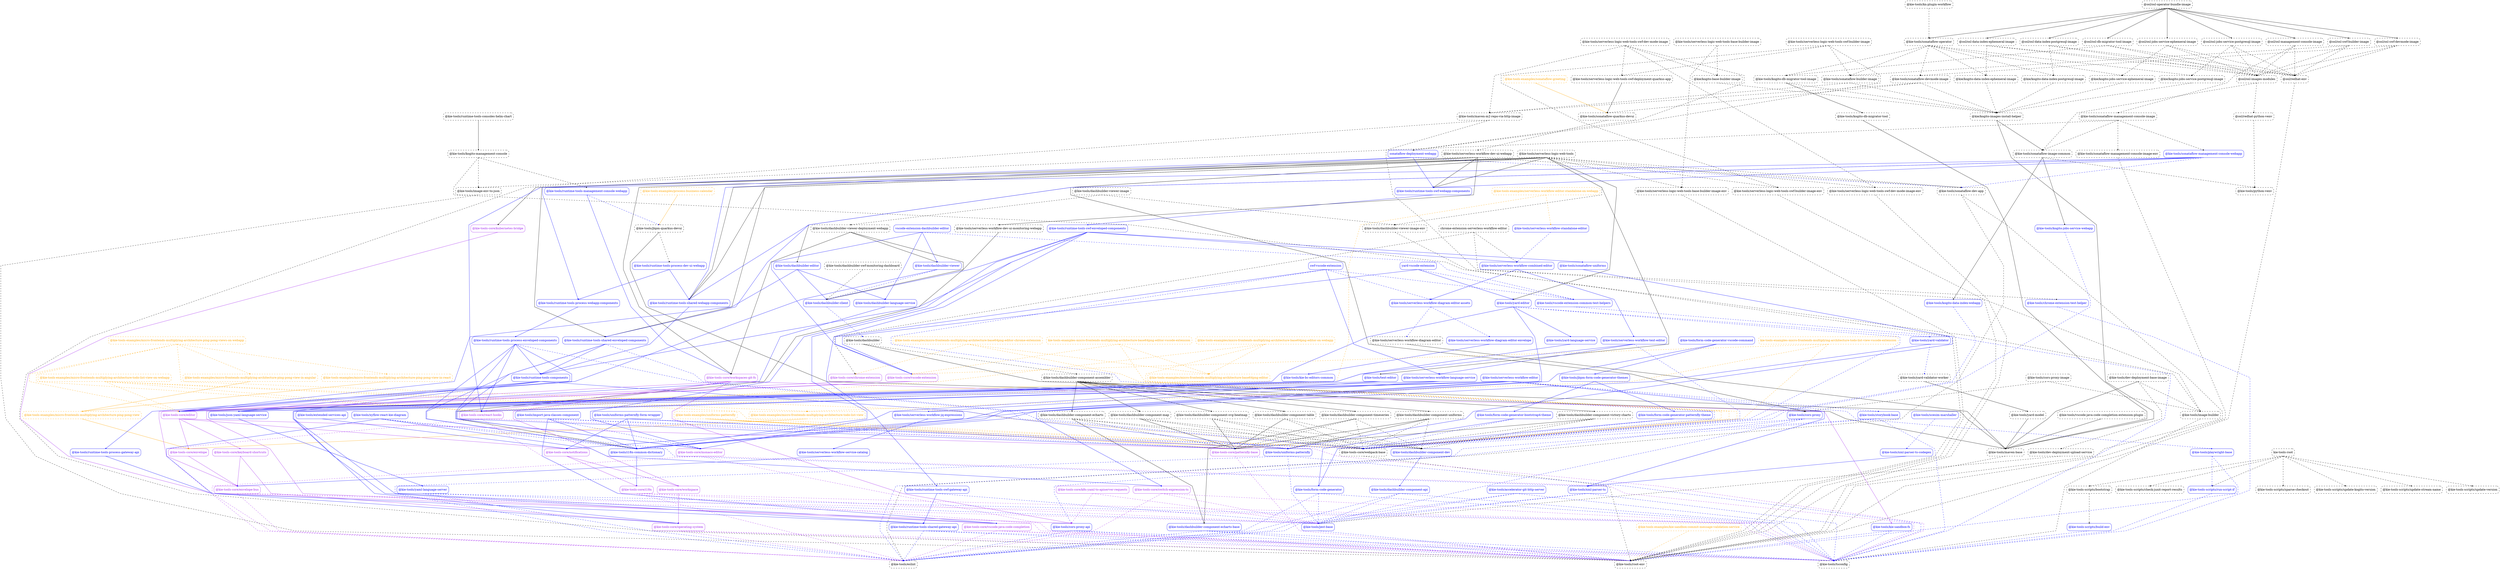
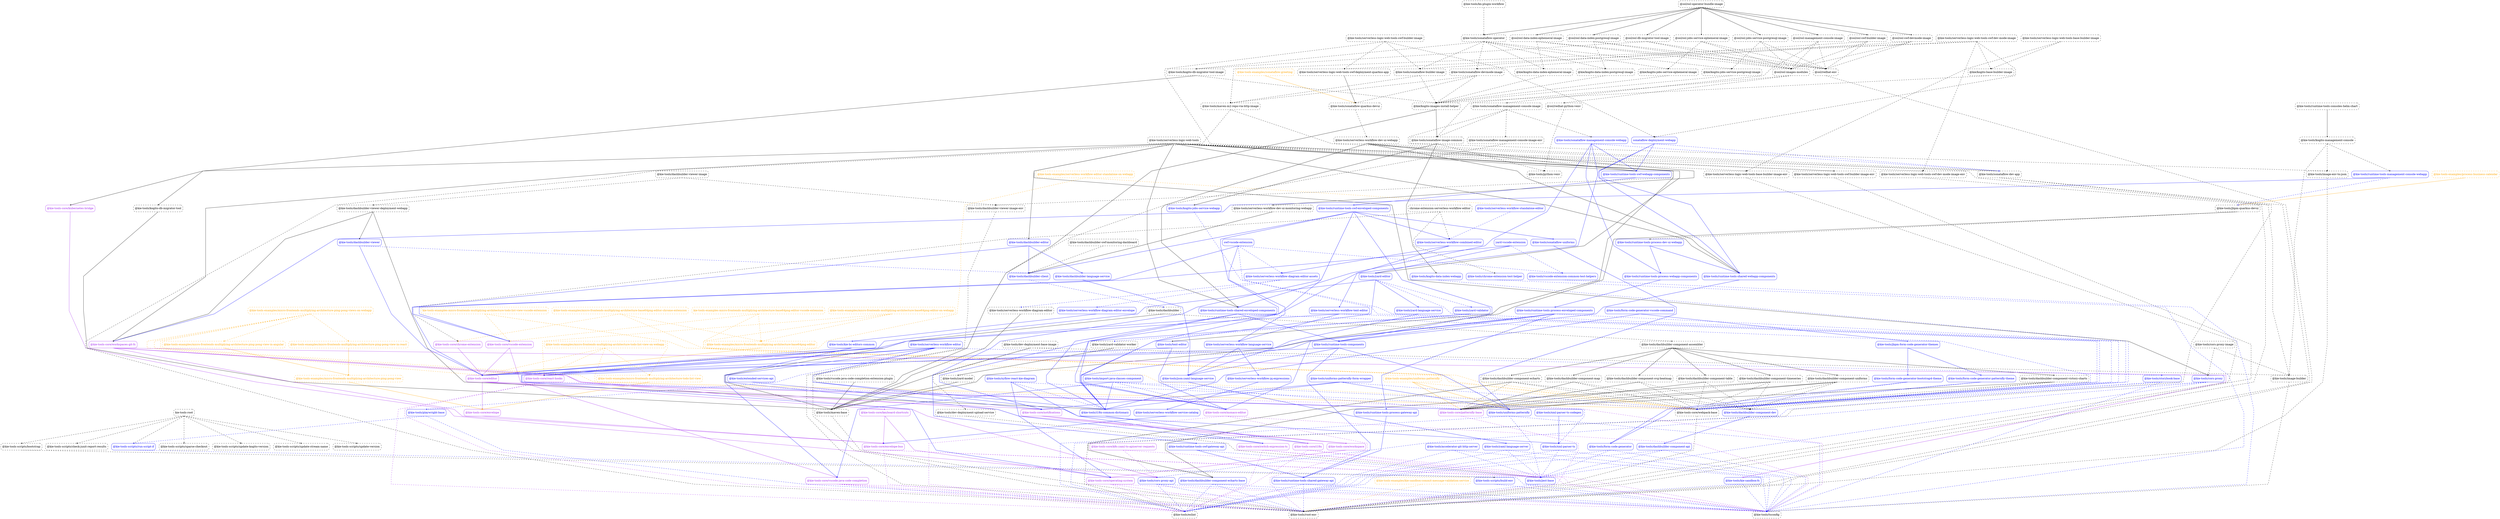
digraph G {
  graph [ ranksep =2, splines = "polyline", rankdir =TB, ordering = "out" ];
  node [ shape =box ];
  edge [ headport = "n", tailport = "s", arrowhead =dot, arrowsize =0.5 ];
  "kie-tools-root" [ color = "black", fontcolor = "black", style = "dashed, rounded" ];
  "@kie-tools-scripts/bootstrap" [ color = "black", fontcolor = "black", style = "dashed, rounded" ];
  "@kie-tools-scripts/check-junit-report-results" [ color = "black", fontcolor = "black", style = "dashed, rounded" ];
  "@kie-tools-scripts/run-script-if" [ color = "blue", fontcolor = "blue", style = "rounded" ];
  "@kie-tools-scripts/sparse-checkout" [ color = "black", fontcolor = "black", style = "dashed, rounded" ];
  "@kie-tools-scripts/update-kogito-version" [ color = "black", fontcolor = "black", style = "dashed, rounded" ];
  "@kie-tools-scripts/update-stream-name" [ color = "black", fontcolor = "black", style = "dashed, rounded" ];
  "@kie-tools-scripts/update-version" [ color = "black", fontcolor = "black", style = "dashed, rounded" ];
  "@kie-tools-examples/kie-sandbox-commit-message-validation-service" [ color = "orange", fontcolor = "orange", style = "dashed, rounded" ];
  "@kie-tools/root-env" [ color = "black", fontcolor = "black", style = "dashed, rounded" ];
  "@kie-tools-examples/micro-frontends-multiplying-architecture-base64png-editor" [ color = "orange", fontcolor = "orange", style = "dashed, rounded" ];
  "@kie-tools-core/editor" [ color = "purple", fontcolor = "purple", style = "rounded" ];
  "@kie-tools-examples/micro-frontends-multiplying-architecture-base64png-editor-chrome-extension" [ color = "orange", fontcolor = "orange", style = "dashed, rounded" ];
  "@kie-tools-core/chrome-extension" [ color = "purple", fontcolor = "purple", style = "rounded" ];
  "@kie-tools-core/webpack-base" [ color = "black", fontcolor = "black", style = "dashed, rounded" ];
  "@kie-tools-examples/micro-frontends-multiplying-architecture-base64png-editor-on-webapp" [ color = "orange", fontcolor = "orange", style = "dashed, rounded" ];
  "@kie-tools-core/react-hooks" [ color = "purple", fontcolor = "purple", style = "rounded" ];
  "kie-tools-examples-micro-frontends-multiplying-architecture-base64png-editor-vscode-extension" [ color = "orange", fontcolor = "orange", style = "dashed, rounded" ];
  "@kie-tools-core/vscode-extension" [ color = "purple", fontcolor = "purple", style = "rounded" ];
  "@kie-tools-examples/micro-frontends-multiplying-architecture-ping-pong-view" [ color = "orange", fontcolor = "orange", style = "dashed, rounded" ];
  "@kie-tools-core/envelope" [ color = "purple", fontcolor = "purple", style = "rounded" ];
  "@kie-tools-examples/micro-frontends-multiplying-architecture-ping-pong-view-in-angular" [ color = "orange", fontcolor = "orange", style = "dashed, rounded" ];
  "@kie-tools-examples/micro-frontends-multiplying-architecture-ping-pong-view-in-react" [ color = "orange", fontcolor = "orange", style = "dashed, rounded" ];
  "@kie-tools-examples/micro-frontends-multiplying-architecture-ping-pong-views-on-webapp" [ color = "orange", fontcolor = "orange", style = "dashed, rounded" ];
  "@kie-tools-examples/micro-frontends-multiplying-architecture-todo-list-view" [ color = "orange", fontcolor = "orange", style = "dashed, rounded" ];
  "@kie-tools-examples/micro-frontends-multiplying-architecture-todo-list-view-on-webapp" [ color = "orange", fontcolor = "orange", style = "dashed, rounded" ];
  "kie-tools-examples-micro-frontends-multiplying-architecture-todo-list-view-vscode-extension" [ color = "orange", fontcolor = "orange", style = "dashed, rounded" ];
  "@kie-tools-examples/process-business-calendar" [ color = "orange", fontcolor = "orange", style = "dashed, rounded" ];
  "@kie-tools/jbpm-quarkus-devui" [ color = "black", fontcolor = "black", style = "dashed, rounded" ];
  "@kie-tools-examples/serverless-workflow-editor-standalone-on-webapp" [ color = "orange", fontcolor = "orange", style = "dashed, rounded" ];
  "@kie-tools/serverless-workflow-standalone-editor" [ color = "blue", fontcolor = "blue", style = "rounded" ];
  "@kie-tools-examples/sonataflow-greeting" [ color = "orange", fontcolor = "orange", style = "dashed, rounded" ];
  "@kie-tools/sonataflow-quarkus-devui" [ color = "black", fontcolor = "black", style = "dashed, rounded" ];
  "@kie-tools-examples/uniforms-patternfly" [ color = "orange", fontcolor = "orange", style = "dashed, rounded" ];
  "@kie-tools-core/patternfly-base" [ color = "purple", fontcolor = "purple", style = "rounded" ];
  "@kie-tools/uniforms-patternfly" [ color = "blue", fontcolor = "blue", style = "rounded" ];
  "@kie-tools/accelerator-git-http-server" [ color = "blue", fontcolor = "blue", style = "rounded" ];
  "@kie-tools/eslint" [ color = "black", fontcolor = "black", style = "dashed, rounded" ];
  "@kie-tools/jest-base" [ color = "blue", fontcolor = "blue", style = "rounded" ];
  "@kie-tools/tsconfig" [ color = "black", fontcolor = "black", style = "dashed, rounded" ];
  "chrome-extension-serverless-workflow-editor" [ color = "black", fontcolor = "black", style = "dashed, rounded" ];
  "@kie-tools/chrome-extension-test-helper" [ color = "blue", fontcolor = "blue", style = "rounded" ];
  "@kie-tools/serverless-workflow-combined-editor" [ color = "blue", fontcolor = "blue", style = "rounded" ];
  "@kie-tools/cors-proxy" [ color = "blue", fontcolor = "blue", style = "rounded" ];
  "@kie-tools/cors-proxy-api" [ color = "blue", fontcolor = "blue", style = "rounded" ];
  "@kie-tools/cors-proxy-image" [ color = "black", fontcolor = "black", style = "dashed, rounded" ];
  "@kie-tools/image-builder" [ color = "black", fontcolor = "black", style = "dashed, rounded" ];
  "@kie-tools/dashbuilder" [ color = "black", fontcolor = "black", style = "dashed, rounded" ];
  "@kie-tools/maven-base" [ color = "black", fontcolor = "black", style = "dashed, rounded" ];
  "@kie-tools/dashbuilder-component-assembler" [ color = "black", fontcolor = "black", style = "dashed, rounded" ];
  "@kie-tools/dashbuilder-client" [ color = "blue", fontcolor = "blue", style = "rounded" ];
  "@kie-tools/dashbuilder-component-api" [ color = "blue", fontcolor = "blue", style = "rounded" ];
  "@kie-tools/dashbuilder-component-echarts" [ color = "black", fontcolor = "black", style = "dashed, rounded" ];
  "@kie-tools/dashbuilder-component-map" [ color = "black", fontcolor = "black", style = "dashed, rounded" ];
  "@kie-tools/dashbuilder-component-svg-heatmap" [ color = "black", fontcolor = "black", style = "dashed, rounded" ];
  "@kie-tools/dashbuilder-component-table" [ color = "black", fontcolor = "black", style = "dashed, rounded" ];
  "@kie-tools/dashbuilder-component-timeseries" [ color = "black", fontcolor = "black", style = "dashed, rounded" ];
  "@kie-tools/dashbuilder-component-uniforms" [ color = "black", fontcolor = "black", style = "dashed, rounded" ];
  "@kie-tools/dashbuilder-component-victory-charts" [ color = "black", fontcolor = "black", style = "dashed, rounded" ];
  "@kie-tools/dashbuilder-component-dev" [ color = "blue", fontcolor = "blue", style = "rounded" ];
  "@kie-tools/dashbuilder-component-echarts-base" [ color = "blue", fontcolor = "blue", style = "rounded" ];
  "@kie-tools/dashbuilder-editor" [ color = "blue", fontcolor = "blue", style = "rounded" ];
  "@kie-tools/dashbuilder-language-service" [ color = "blue", fontcolor = "blue", style = "rounded" ];
  "@kie-tools/json-yaml-language-service" [ color = "blue", fontcolor = "blue", style = "rounded" ];
  "@kie-tools/dashbuilder-swf-monitoring-dashboard" [ color = "black", fontcolor = "black", style = "dashed, rounded" ];
  "@kie-tools/dashbuilder-viewer" [ color = "blue", fontcolor = "blue", style = "rounded" ];
  "@kie-tools/dashbuilder-viewer-deployment-webapp" [ color = "black", fontcolor = "black", style = "dashed, rounded" ];
  "@kie-tools-core/workspaces-git-fs" [ color = "purple", fontcolor = "purple", style = "rounded" ];
  "@kie-tools/i18n-common-dictionary" [ color = "blue", fontcolor = "blue", style = "rounded" ];
  "@kie-tools/dashbuilder-viewer-image" [ color = "black", fontcolor = "black", style = "dashed, rounded" ];
  "@kie-tools/dashbuilder-viewer-image-env" [ color = "black", fontcolor = "black", style = "dashed, rounded" ];
  "@kie-tools/dev-deployment-base-image" [ color = "black", fontcolor = "black", style = "dashed, rounded" ];
  "@kie-tools/dev-deployment-upload-service" [ color = "black", fontcolor = "black", style = "dashed, rounded" ];
  "@kie-tools-core/keyboard-shortcuts" [ color = "purple", fontcolor = "purple", style = "rounded" ];
  "@kie-tools-core/notifications" [ color = "purple", fontcolor = "purple", style = "rounded" ];
  "@kie-tools-core/envelope-bus" [ color = "purple", fontcolor = "purple", style = "rounded" ];
  "@kie-tools/extended-services-api" [ color = "blue", fontcolor = "blue", style = "rounded" ];
  "@kie-tools/form-code-generator" [ color = "blue", fontcolor = "blue", style = "rounded" ];
  "@kie-tools/form-code-generator-bootstrap4-theme" [ color = "blue", fontcolor = "blue", style = "rounded" ];
  "@kie-tools/form-code-generator-patternfly-theme" [ color = "blue", fontcolor = "blue", style = "rounded" ];
  "@kie-tools/form-code-generator-vscode-command" [ color = "blue", fontcolor = "blue", style = "rounded" ];
  "@kie-tools/jbpm-form-code-generator-themes" [ color = "blue", fontcolor = "blue", style = "rounded" ];
  "@kie-tools-core/i18n" [ color = "purple", fontcolor = "purple", style = "rounded" ];
  "@kie-tools/image-env-to-json" [ color = "black", fontcolor = "black", style = "dashed, rounded" ];
  "@kie-tools/import-java-classes-component" [ color = "blue", fontcolor = "blue", style = "rounded" ];
  "@kie-tools-core/vscode-java-code-completion" [ color = "purple", fontcolor = "purple", style = "rounded" ];
  "@kie-tools-core/monaco-editor" [ color = "purple", fontcolor = "purple", style = "rounded" ];
  "@kie-tools/runtime-tools-process-dev-ui-webapp" [ color = "blue", fontcolor = "blue", style = "rounded" ];
  "@kie-tools/yaml-language-server" [ color = "blue", fontcolor = "blue", style = "rounded" ];
  "@kie-tools-core/k8s-yaml-to-apiserver-requests" [ color = "purple", fontcolor = "purple", style = "rounded" ];
  "@kie-tools-core/operating-system" [ color = "purple", fontcolor = "purple", style = "rounded" ];
  "@kie-tools/kie-bc-editors-common" [ color = "blue", fontcolor = "blue", style = "rounded" ];
  "@kie-tools/kie-sandbox-fs" [ color = "blue", fontcolor = "blue", style = "rounded" ];
  "@kie-tools/kn-plugin-workflow" [ color = "black", fontcolor = "black", style = "dashed, rounded" ];
  "@kie-tools/sonataflow-operator" [ color = "black", fontcolor = "black", style = "dashed, rounded" ];
  "@kie/kogito-base-builder-image" [ color = "black", fontcolor = "black", style = "dashed, rounded" ];
  "@kie/kogito-images-install-helper" [ color = "black", fontcolor = "black", style = "dashed, rounded" ];
  "@kie/kogito-data-index-ephemeral-image" [ color = "black", fontcolor = "black", style = "dashed, rounded" ];
  "@kie/kogito-data-index-postgresql-image" [ color = "black", fontcolor = "black", style = "dashed, rounded" ];
  "@kie-tools/kogito-data-index-webapp" [ color = "blue", fontcolor = "blue", style = "rounded" ];
  "@kie-tools/kogito-db-migrator-tool" [ color = "black", fontcolor = "black", style = "dashed, rounded" ];
  "@kie-tools/kogito-db-migrator-tool-image" [ color = "black", fontcolor = "black", style = "dashed, rounded" ];
  "@kie-tools/sonataflow-image-common" [ color = "black", fontcolor = "black", style = "dashed, rounded" ];
  "@kie/kogito-jobs-service-ephemeral-image" [ color = "black", fontcolor = "black", style = "dashed, rounded" ];
  "@kie/kogito-jobs-service-postgresql-image" [ color = "black", fontcolor = "black", style = "dashed, rounded" ];
  "@kie-tools/kogito-jobs-service-webapp" [ color = "blue", fontcolor = "blue", style = "rounded" ];
  "@kie-tools/kogito-management-console" [ color = "black", fontcolor = "black", style = "dashed, rounded" ];
  "@kie-tools/runtime-tools-management-console-webapp" [ color = "blue", fontcolor = "blue", style = "rounded" ];
  "@kie-tools-core/kubernetes-bridge" [ color = "purple", fontcolor = "purple", style = "rounded" ];
  "@kie-tools/maven-m2-repo-via-http-image" [ color = "black", fontcolor = "black", style = "dashed, rounded" ];
  "@kie-tools-core/workspace" [ color = "purple", fontcolor = "purple", style = "rounded" ];
  "@osl/osl-data-index-ephemeral-image" [ color = "black", fontcolor = "black", style = "dashed, rounded" ];
  "@osl/osl-images-modules" [ color = "black", fontcolor = "black", style = "dashed, rounded" ];
  "@osl/redhat-env" [ color = "black", fontcolor = "black", style = "dashed, rounded" ];
  "@osl/osl-data-index-postgresql-image" [ color = "black", fontcolor = "black", style = "dashed, rounded" ];
  "@osl/osl-db-migrator-tool-image" [ color = "black", fontcolor = "black", style = "dashed, rounded" ];
  "@osl/redhat-python-venv" [ color = "black", fontcolor = "black", style = "dashed, rounded" ];
  "@osl/osl-jobs-service-ephemeral-image" [ color = "black", fontcolor = "black", style = "dashed, rounded" ];
  "@osl/osl-jobs-service-postgresql-image" [ color = "black", fontcolor = "black", style = "dashed, rounded" ];
  "@osl/osl-management-console-image" [ color = "black", fontcolor = "black", style = "dashed, rounded" ];
  "@kie-tools/sonataflow-management-console-image" [ color = "black", fontcolor = "black", style = "dashed, rounded" ];
  "@osl/osl-operator-bundle-image" [ color = "black", fontcolor = "black", style = "dashed, rounded" ];
  "@osl/osl-swf-builder-image" [ color = "black", fontcolor = "black", style = "dashed, rounded" ];
  "@osl/osl-swf-devmode-image" [ color = "black", fontcolor = "black", style = "dashed, rounded" ];
  "@kie-tools/sonataflow-builder-image" [ color = "black", fontcolor = "black", style = "dashed, rounded" ];
  "@kie-tools/sonataflow-devmode-image" [ color = "black", fontcolor = "black", style = "dashed, rounded" ];
  "@kie-tools/playwright-base" [ color = "blue", fontcolor = "blue", style = "rounded" ];
  "@kie-tools/python-venv" [ color = "black", fontcolor = "black", style = "dashed, rounded" ];
  "@kie-tools/runtime-tools-components" [ color = "blue", fontcolor = "blue", style = "rounded" ];
  "@kie-tools/runtime-tools-shared-gateway-api" [ color = "blue", fontcolor = "blue", style = "rounded" ];
  "@kie-tools/runtime-tools-consoles-helm-chart" [ color = "black", fontcolor = "black", style = "dashed, rounded" ];
  "@kie-tools/runtime-tools-process-webapp-components" [ color = "blue", fontcolor = "blue", style = "rounded" ];
  "@kie-tools/runtime-tools-shared-webapp-components" [ color = "blue", fontcolor = "blue", style = "rounded" ];
  "@kie-tools/runtime-tools-process-enveloped-components" [ color = "blue", fontcolor = "blue", style = "rounded" ];
  "@kie-tools/runtime-tools-process-gateway-api" [ color = "blue", fontcolor = "blue", style = "rounded" ];
  "@kie-tools/runtime-tools-shared-enveloped-components" [ color = "blue", fontcolor = "blue", style = "rounded" ];
  "@kie-tools/runtime-tools-swf-enveloped-components" [ color = "blue", fontcolor = "blue", style = "rounded" ];
  "@kie-tools/runtime-tools-swf-gateway-api" [ color = "blue", fontcolor = "blue", style = "rounded" ];
  "@kie-tools/sonataflow-uniforms" [ color = "blue", fontcolor = "blue", style = "rounded" ];
  "@kie-tools/runtime-tools-swf-webapp-components" [ color = "blue", fontcolor = "blue", style = "rounded" ];
-   "@kie-tools/scesim-marshaller" [ color = "blue", fontcolor = "blue", style = "rounded" ];
-   "@kie-tools/xml-parser-ts-codegen" [ color = "blue", fontcolor = "blue", style = "rounded" ];
  "@kie-tools/serverless-logic-web-tools" [ color = "black", fontcolor = "black", style = "dashed, rounded" ];
  "@kie-tools/text-editor" [ color = "blue", fontcolor = "blue", style = "rounded" ];
  "@kie-tools/yard-editor" [ color = "blue", fontcolor = "blue", style = "rounded" ];
  "@kie-tools/serverless-logic-web-tools-base-builder-image-env" [ color = "black", fontcolor = "black", style = "dashed, rounded" ];
  "@kie-tools/serverless-logic-web-tools-swf-builder-image-env" [ color = "black", fontcolor = "black", style = "dashed, rounded" ];
  "@kie-tools/serverless-logic-web-tools-swf-dev-mode-image-env" [ color = "black", fontcolor = "black", style = "dashed, rounded" ];
  "@kie-tools/sonataflow-dev-app" [ color = "black", fontcolor = "black", style = "dashed, rounded" ];
  "@kie-tools/serverless-logic-web-tools-base-builder-image" [ color = "black", fontcolor = "black", style = "dashed, rounded" ];
  "@kie-tools/serverless-logic-web-tools-swf-builder-image" [ color = "black", fontcolor = "black", style = "dashed, rounded" ];
  "@kie-tools/serverless-logic-web-tools-swf-deployment-quarkus-app" [ color = "black", fontcolor = "black", style = "dashed, rounded" ];
  "sonataflow-deployment-webapp" [ color = "blue", fontcolor = "blue", style = "rounded" ];
  "@kie-tools/serverless-logic-web-tools-swf-dev-mode-image" [ color = "black", fontcolor = "black", style = "dashed, rounded" ];
  "@kie-tools/serverless-workflow-diagram-editor-assets" [ color = "blue", fontcolor = "blue", style = "rounded" ];
  "@kie-tools/serverless-workflow-text-editor" [ color = "blue", fontcolor = "blue", style = "rounded" ];
  "@kie-tools/serverless-workflow-dev-ui-monitoring-webapp" [ color = "black", fontcolor = "black", style = "dashed, rounded" ];
  "@kie-tools/serverless-workflow-dev-ui-webapp" [ color = "black", fontcolor = "black", style = "dashed, rounded" ];
  "@kie-tools/serverless-workflow-diagram-editor" [ color = "black", fontcolor = "black", style = "dashed, rounded" ];
  "@kie-tools/serverless-workflow-diagram-editor-envelope" [ color = "blue", fontcolor = "blue", style = "rounded" ];
  "@kie-tools/serverless-workflow-editor" [ color = "blue", fontcolor = "blue", style = "rounded" ];
  "@kie-tools-core/switch-expression-ts" [ color = "purple", fontcolor = "purple", style = "rounded" ];
  "@kie-tools/xml-parser-ts" [ color = "blue", fontcolor = "blue", style = "rounded" ];
  "@kie-tools/storybook-base" [ color = "blue", fontcolor = "blue", style = "rounded" ];
  "@kie-tools/serverless-workflow-jq-expressions" [ color = "blue", fontcolor = "blue", style = "rounded" ];
  "@kie-tools/serverless-workflow-service-catalog" [ color = "blue", fontcolor = "blue", style = "rounded" ];
  "@kie-tools/serverless-workflow-language-service" [ color = "blue", fontcolor = "blue", style = "rounded" ];
  "swf-vscode-extension" [ color = "blue", fontcolor = "blue", style = "rounded" ];
  "@kie-tools/vscode-extension-common-test-helpers" [ color = "blue", fontcolor = "blue", style = "rounded" ];
  "@kie-tools/sonataflow-management-console-image-env" [ color = "black", fontcolor = "black", style = "dashed, rounded" ];
  "@kie-tools/sonataflow-management-console-webapp" [ color = "blue", fontcolor = "blue", style = "rounded" ];
  "@kie-tools/uniforms-patternfly-form-wrapper" [ color = "blue", fontcolor = "blue", style = "rounded" ];
-   "vscode-extension-dashbuilder-editor" [ color = "blue", fontcolor = "blue", style = "rounded" ];
  "@kie-tools/vscode-java-code-completion-extension-plugin" [ color = "black", fontcolor = "black", style = "dashed, rounded" ];
+   "@kie-tools/xml-parser-ts-codegen" [ color = "blue", fontcolor = "blue", style = "rounded" ];
  "@kie-tools/xyflow-react-kie-diagram" [ color = "blue", fontcolor = "blue", style = "rounded" ];
  "@kie-tools/yard-language-service" [ color = "blue", fontcolor = "blue", style = "rounded" ];
  "@kie-tools/yard-validator" [ color = "blue", fontcolor = "blue", style = "rounded" ];
  "@kie-tools/yard-model" [ color = "black", fontcolor = "black", style = "dashed, rounded" ];
  "@kie-tools/yard-validator-worker" [ color = "black", fontcolor = "black", style = "dashed, rounded" ];
  "yard-vscode-extension" [ color = "blue", fontcolor = "blue", style = "rounded" ];
  "@kie-tools-scripts/build-env" [ color = "blue", fontcolor = "blue", style = "rounded" ];
  "kie-tools-root" -> "@kie-tools-scripts/bootstrap" [ style = "dashed", color = "black" ];
  "kie-tools-root" -> "@kie-tools-scripts/check-junit-report-results" [ style = "dashed", color = "black" ];
  "kie-tools-root" -> "@kie-tools-scripts/run-script-if" [ style = "dashed", color = "black" ];
  "kie-tools-root" -> "@kie-tools-scripts/sparse-checkout" [ style = "dashed", color = "black" ];
  "kie-tools-root" -> "@kie-tools-scripts/update-kogito-version" [ style = "dashed", color = "black" ];
  "kie-tools-root" -> "@kie-tools-scripts/update-stream-name" [ style = "dashed", color = "black" ];
  "kie-tools-root" -> "@kie-tools-scripts/update-version" [ style = "dashed", color = "black" ];
  "@kie-tools-examples/kie-sandbox-commit-message-validation-service" -> "@kie-tools/root-env" [ style = "dashed", color = "orange" ];
  "@kie-tools-examples/micro-frontends-multiplying-architecture-base64png-editor" -> "@kie-tools-core/editor" [ style = "solid", color = "orange" ];
  "@kie-tools-examples/micro-frontends-multiplying-architecture-base64png-editor-chrome-extension" -> "@kie-tools-core/chrome-extension" [ style = "dashed", color = "orange" ];
  "@kie-tools-examples/micro-frontends-multiplying-architecture-base64png-editor-chrome-extension" -> "@kie-tools-core/webpack-base" [ style = "dashed", color = "orange" ];
  "@kie-tools-examples/micro-frontends-multiplying-architecture-base64png-editor-chrome-extension" -> "@kie-tools-examples/micro-frontends-multiplying-architecture-base64png-editor" [ style = "dashed", color = "orange" ];
  "@kie-tools-examples/micro-frontends-multiplying-architecture-base64png-editor-on-webapp" -> "@kie-tools-core/react-hooks" [ style = "dashed", color = "orange" ];
  "@kie-tools-examples/micro-frontends-multiplying-architecture-base64png-editor-on-webapp" -> "@kie-tools-core/webpack-base" [ style = "dashed", color = "orange" ];
  "@kie-tools-examples/micro-frontends-multiplying-architecture-base64png-editor-on-webapp" -> "@kie-tools-examples/micro-frontends-multiplying-architecture-base64png-editor" [ style = "dashed", color = "orange" ];
  "kie-tools-examples-micro-frontends-multiplying-architecture-base64png-editor-vscode-extension" -> "@kie-tools-core/vscode-extension" [ style = "dashed", color = "orange" ];
  "kie-tools-examples-micro-frontends-multiplying-architecture-base64png-editor-vscode-extension" -> "@kie-tools-core/webpack-base" [ style = "dashed", color = "orange" ];
  "kie-tools-examples-micro-frontends-multiplying-architecture-base64png-editor-vscode-extension" -> "@kie-tools-examples/micro-frontends-multiplying-architecture-base64png-editor" [ style = "dashed", color = "orange" ];
  "@kie-tools-examples/micro-frontends-multiplying-architecture-ping-pong-view" -> "@kie-tools-core/envelope" [ style = "solid", color = "orange" ];
  "@kie-tools-examples/micro-frontends-multiplying-architecture-ping-pong-view-in-angular" -> "@kie-tools-examples/micro-frontends-multiplying-architecture-ping-pong-view" [ style = "solid", color = "orange" ];
  "@kie-tools-examples/micro-frontends-multiplying-architecture-ping-pong-view-in-react" -> "@kie-tools-examples/micro-frontends-multiplying-architecture-ping-pong-view" [ style = "solid", color = "orange" ];
  "@kie-tools-examples/micro-frontends-multiplying-architecture-ping-pong-views-on-webapp" -> "@kie-tools-core/editor" [ style = "dashed", color = "orange" ];
  "@kie-tools-examples/micro-frontends-multiplying-architecture-ping-pong-views-on-webapp" -> "@kie-tools-core/react-hooks" [ style = "dashed", color = "orange" ];
  "@kie-tools-examples/micro-frontends-multiplying-architecture-ping-pong-views-on-webapp" -> "@kie-tools-core/webpack-base" [ style = "dashed", color = "orange" ];
  "@kie-tools-examples/micro-frontends-multiplying-architecture-ping-pong-views-on-webapp" -> "@kie-tools-examples/micro-frontends-multiplying-architecture-ping-pong-view-in-angular" [ style = "dashed", color = "orange" ];
  "@kie-tools-examples/micro-frontends-multiplying-architecture-ping-pong-views-on-webapp" -> "@kie-tools-examples/micro-frontends-multiplying-architecture-ping-pong-view-in-react" [ style = "dashed", color = "orange" ];
  "@kie-tools-examples/micro-frontends-multiplying-architecture-todo-list-view" -> "@kie-tools-core/envelope" [ style = "solid", color = "orange" ];
  "@kie-tools-examples/micro-frontends-multiplying-architecture-todo-list-view-on-webapp" -> "@kie-tools-core/editor" [ style = "dashed", color = "orange" ];
  "@kie-tools-examples/micro-frontends-multiplying-architecture-todo-list-view-on-webapp" -> "@kie-tools-core/react-hooks" [ style = "dashed", color = "orange" ];
  "@kie-tools-examples/micro-frontends-multiplying-architecture-todo-list-view-on-webapp" -> "@kie-tools-core/webpack-base" [ style = "dashed", color = "orange" ];
  "@kie-tools-examples/micro-frontends-multiplying-architecture-todo-list-view-on-webapp" -> "@kie-tools-examples/micro-frontends-multiplying-architecture-todo-list-view" [ style = "dashed", color = "orange" ];
  "kie-tools-examples-micro-frontends-multiplying-architecture-todo-list-view-vscode-extension" -> "@kie-tools-core/vscode-extension" [ style = "dashed", color = "orange" ];
  "kie-tools-examples-micro-frontends-multiplying-architecture-todo-list-view-vscode-extension" -> "@kie-tools-core/webpack-base" [ style = "dashed", color = "orange" ];
  "kie-tools-examples-micro-frontends-multiplying-architecture-todo-list-view-vscode-extension" -> "@kie-tools-examples/micro-frontends-multiplying-architecture-todo-list-view" [ style = "dashed", color = "orange" ];
  "@kie-tools-examples/process-business-calendar" -> "@kie-tools/jbpm-quarkus-devui" [ style = "solid", color = "orange" ];
  "@kie-tools-examples/serverless-workflow-editor-standalone-on-webapp" -> "@kie-tools-core/react-hooks" [ style = "dashed", color = "orange" ];
  "@kie-tools-examples/serverless-workflow-editor-standalone-on-webapp" -> "@kie-tools/serverless-workflow-standalone-editor" [ style = "dashed", color = "orange" ];
  "@kie-tools-examples/sonataflow-greeting" -> "@kie-tools/sonataflow-quarkus-devui" [ style = "solid", color = "orange" ];
  "@kie-tools-examples/uniforms-patternfly" -> "@kie-tools-core/patternfly-base" [ style = "solid", color = "orange" ];
  "@kie-tools-examples/uniforms-patternfly" -> "@kie-tools/uniforms-patternfly" [ style = "solid", color = "orange" ];
  "@kie-tools-examples/uniforms-patternfly" -> "@kie-tools-core/webpack-base" [ style = "dashed", color = "orange" ];
  "@kie-tools/accelerator-git-http-server" -> "@kie-tools/eslint" [ style = "dashed", color = "blue" ];
  "@kie-tools/accelerator-git-http-server" -> "@kie-tools/jest-base" [ style = "dashed", color = "blue" ];
  "@kie-tools/accelerator-git-http-server" -> "@kie-tools/tsconfig" [ style = "dashed", color = "blue" ];
  "@kie-tools-core/chrome-extension" -> "@kie-tools-core/editor" [ style = "solid", color = "purple" ];
  "chrome-extension-serverless-workflow-editor" -> "@kie-tools-core/chrome-extension" [ style = "dashed", color = "black" ];
  "chrome-extension-serverless-workflow-editor" -> "@kie-tools/chrome-extension-test-helper" [ style = "dashed", color = "black" ];
  "chrome-extension-serverless-workflow-editor" -> "@kie-tools/serverless-workflow-combined-editor" [ style = "dashed", color = "black" ];
  "@kie-tools/chrome-extension-test-helper" -> "@kie-tools/tsconfig" [ style = "dashed", color = "blue" ];
  "@kie-tools/cors-proxy" -> "@kie-tools-core/webpack-base" [ style = "dashed", color = "blue" ];
  "@kie-tools/cors-proxy" -> "@kie-tools/cors-proxy-api" [ style = "dashed", color = "blue" ];
  "@kie-tools/cors-proxy" -> "@kie-tools/jest-base" [ style = "dashed", color = "blue" ];
  "@kie-tools/cors-proxy-api" -> "@kie-tools/eslint" [ style = "dashed", color = "blue" ];
  "@kie-tools/cors-proxy-api" -> "@kie-tools/root-env" [ style = "dashed", color = "blue" ];
  "@kie-tools/cors-proxy-api" -> "@kie-tools/tsconfig" [ style = "dashed", color = "blue" ];
  "@kie-tools/cors-proxy-image" -> "@kie-tools/cors-proxy" [ style = "dashed", color = "black" ];
  "@kie-tools/cors-proxy-image" -> "@kie-tools/image-builder" [ style = "dashed", color = "black" ];
  "@kie-tools/dashbuilder" -> "@kie-tools/maven-base" [ style = "solid", color = "black" ];
  "@kie-tools/dashbuilder" -> "@kie-tools/dashbuilder-component-assembler" [ style = "dashed", color = "black" ];
  "@kie-tools/dashbuilder-client" -> "@kie-tools/dashbuilder" [ style = "dashed", color = "blue" ];
  "@kie-tools/dashbuilder-component-api" -> "@kie-tools/eslint" [ style = "dashed", color = "blue" ];
  "@kie-tools/dashbuilder-component-api" -> "@kie-tools/jest-base" [ style = "dashed", color = "blue" ];
  "@kie-tools/dashbuilder-component-api" -> "@kie-tools/tsconfig" [ style = "dashed", color = "blue" ];
  "@kie-tools/dashbuilder-component-assembler" -> "@kie-tools/dashbuilder-component-echarts" [ style = "solid", color = "black" ];
  "@kie-tools/dashbuilder-component-assembler" -> "@kie-tools/dashbuilder-component-map" [ style = "solid", color = "black" ];
  "@kie-tools/dashbuilder-component-assembler" -> "@kie-tools/dashbuilder-component-svg-heatmap" [ style = "solid", color = "black" ];
  "@kie-tools/dashbuilder-component-assembler" -> "@kie-tools/dashbuilder-component-table" [ style = "solid", color = "black" ];
  "@kie-tools/dashbuilder-component-assembler" -> "@kie-tools/dashbuilder-component-timeseries" [ style = "solid", color = "black" ];
  "@kie-tools/dashbuilder-component-assembler" -> "@kie-tools/dashbuilder-component-uniforms" [ style = "solid", color = "black" ];
  "@kie-tools/dashbuilder-component-assembler" -> "@kie-tools/dashbuilder-component-victory-charts" [ style = "solid", color = "black" ];
  "@kie-tools/dashbuilder-component-dev" -> "@kie-tools/dashbuilder-component-api" [ style = "solid", color = "blue" ];
  "@kie-tools/dashbuilder-component-echarts" -> "@kie-tools/dashbuilder-component-echarts-base" [ style = "solid", color = "black" ];
  "@kie-tools/dashbuilder-component-echarts" -> "@kie-tools-core/patternfly-base" [ style = "dashed", color = "black" ];
  "@kie-tools/dashbuilder-component-echarts" -> "@kie-tools-core/webpack-base" [ style = "dashed", color = "black" ];
  "@kie-tools/dashbuilder-component-echarts" -> "@kie-tools/dashbuilder-component-dev" [ style = "dashed", color = "black" ];
  "@kie-tools/dashbuilder-component-echarts-base" -> "@kie-tools/eslint" [ style = "dashed", color = "blue" ];
  "@kie-tools/dashbuilder-component-echarts-base" -> "@kie-tools/root-env" [ style = "dashed", color = "blue" ];
  "@kie-tools/dashbuilder-component-echarts-base" -> "@kie-tools/tsconfig" [ style = "dashed", color = "blue" ];
  "@kie-tools/dashbuilder-component-map" -> "@kie-tools-core/patternfly-base" [ style = "solid", color = "black" ];
  "@kie-tools/dashbuilder-component-map" -> "@kie-tools-core/webpack-base" [ style = "dashed", color = "black" ];
  "@kie-tools/dashbuilder-component-map" -> "@kie-tools/dashbuilder-component-dev" [ style = "dashed", color = "black" ];
  "@kie-tools/dashbuilder-component-svg-heatmap" -> "@kie-tools-core/patternfly-base" [ style = "solid", color = "black" ];
  "@kie-tools/dashbuilder-component-svg-heatmap" -> "@kie-tools-core/webpack-base" [ style = "dashed", color = "black" ];
  "@kie-tools/dashbuilder-component-svg-heatmap" -> "@kie-tools/dashbuilder-component-dev" [ style = "dashed", color = "black" ];
  "@kie-tools/dashbuilder-component-table" -> "@kie-tools-core/patternfly-base" [ style = "solid", color = "black" ];
  "@kie-tools/dashbuilder-component-table" -> "@kie-tools-core/webpack-base" [ style = "dashed", color = "black" ];
  "@kie-tools/dashbuilder-component-table" -> "@kie-tools/dashbuilder-component-dev" [ style = "dashed", color = "black" ];
  "@kie-tools/dashbuilder-component-timeseries" -> "@kie-tools/dashbuilder-component-echarts-base" [ style = "solid", color = "black" ];
  "@kie-tools/dashbuilder-component-timeseries" -> "@kie-tools-core/patternfly-base" [ style = "dashed", color = "black" ];
  "@kie-tools/dashbuilder-component-timeseries" -> "@kie-tools-core/webpack-base" [ style = "dashed", color = "black" ];
  "@kie-tools/dashbuilder-component-timeseries" -> "@kie-tools/dashbuilder-component-dev" [ style = "dashed", color = "black" ];
  "@kie-tools/dashbuilder-component-uniforms" -> "@kie-tools-core/patternfly-base" [ style = "solid", color = "black" ];
  "@kie-tools/dashbuilder-component-uniforms" -> "@kie-tools/uniforms-patternfly" [ style = "solid", color = "black" ];
  "@kie-tools/dashbuilder-component-uniforms" -> "@kie-tools-core/webpack-base" [ style = "dashed", color = "black" ];
  "@kie-tools/dashbuilder-component-uniforms" -> "@kie-tools/dashbuilder-component-dev" [ style = "dashed", color = "black" ];
  "@kie-tools/dashbuilder-component-victory-charts" -> "@kie-tools-core/patternfly-base" [ style = "solid", color = "black" ];
  "@kie-tools/dashbuilder-component-victory-charts" -> "@kie-tools-core/webpack-base" [ style = "dashed", color = "black" ];
  "@kie-tools/dashbuilder-component-victory-charts" -> "@kie-tools/dashbuilder-component-dev" [ style = "dashed", color = "black" ];
  "@kie-tools/dashbuilder-editor" -> "@kie-tools-core/editor" [ style = "solid", color = "blue" ];
  "@kie-tools/dashbuilder-editor" -> "@kie-tools/dashbuilder-client" [ style = "solid", color = "blue" ];
  "@kie-tools/dashbuilder-editor" -> "@kie-tools/dashbuilder-language-service" [ style = "solid", color = "blue" ];
  "@kie-tools/dashbuilder-language-service" -> "@kie-tools/json-yaml-language-service" [ style = "solid", color = "blue" ];
  "@kie-tools/dashbuilder-swf-monitoring-dashboard" -> "@kie-tools/dashbuilder-client" [ style = "dashed", color = "black" ];
  "@kie-tools/dashbuilder-viewer" -> "@kie-tools-core/editor" [ style = "solid", color = "blue" ];
  "@kie-tools/dashbuilder-viewer" -> "@kie-tools/dashbuilder-client" [ style = "dashed", color = "blue" ];
  "@kie-tools/dashbuilder-viewer-deployment-webapp" -> "@kie-tools-core/workspaces-git-fs" [ style = "solid", color = "black" ];
  "@kie-tools/dashbuilder-viewer-deployment-webapp" -> "@kie-tools/dashbuilder-viewer" [ style = "solid", color = "black" ];
  "@kie-tools/dashbuilder-viewer-deployment-webapp" -> "@kie-tools/i18n-common-dictionary" [ style = "solid", color = "black" ];
  "@kie-tools/dashbuilder-viewer-image" -> "@kie-tools/dashbuilder-viewer-deployment-webapp" [ style = "dashed", color = "black" ];
  "@kie-tools/dashbuilder-viewer-image" -> "@kie-tools/dashbuilder-viewer-image-env" [ style = "dashed", color = "black" ];
  "@kie-tools/dashbuilder-viewer-image-env" -> "@kie-tools/root-env" [ style = "dashed", color = "black" ];
  "@kie-tools/dev-deployment-base-image" -> "@kie-tools/maven-base" [ style = "solid", color = "black" ];
  "@kie-tools/dev-deployment-base-image" -> "@kie-tools/dev-deployment-upload-service" [ style = "dashed", color = "black" ];
  "@kie-tools/dev-deployment-base-image" -> "@kie-tools/image-builder" [ style = "dashed", color = "black" ];
  "@kie-tools/dev-deployment-upload-service" -> "@kie-tools/jest-base" [ style = "dashed", color = "black" ];
  "@kie-tools-core/editor" -> "@kie-tools-core/envelope" [ style = "solid", color = "purple" ];
  "@kie-tools-core/editor" -> "@kie-tools-core/keyboard-shortcuts" [ style = "solid", color = "purple" ];
  "@kie-tools-core/editor" -> "@kie-tools-core/notifications" [ style = "solid", color = "purple" ];
  "@kie-tools-core/editor" -> "@kie-tools-core/patternfly-base" [ style = "solid", color = "purple" ];
  "@kie-tools-core/envelope" -> "@kie-tools-core/envelope-bus" [ style = "solid", color = "purple" ];
  "@kie-tools-core/envelope-bus" -> "@kie-tools/eslint" [ style = "dashed", color = "purple" ];
  "@kie-tools-core/envelope-bus" -> "@kie-tools/jest-base" [ style = "dashed", color = "purple" ];
  "@kie-tools-core/envelope-bus" -> "@kie-tools/tsconfig" [ style = "dashed", color = "purple" ];
  "@kie-tools/extended-services-api" -> "@kie-tools-core/notifications" [ style = "solid", color = "blue" ];
  "@kie-tools/form-code-generator" -> "@kie-tools/eslint" [ style = "dashed", color = "blue" ];
  "@kie-tools/form-code-generator" -> "@kie-tools/jest-base" [ style = "dashed", color = "blue" ];
  "@kie-tools/form-code-generator" -> "@kie-tools/tsconfig" [ style = "dashed", color = "blue" ];
  "@kie-tools/form-code-generator-bootstrap4-theme" -> "@kie-tools/form-code-generator" [ style = "solid", color = "blue" ];
  "@kie-tools/form-code-generator-bootstrap4-theme" -> "@kie-tools-core/webpack-base" [ style = "dashed", color = "blue" ];
  "@kie-tools/form-code-generator-patternfly-theme" -> "@kie-tools/form-code-generator" [ style = "solid", color = "blue" ];
  "@kie-tools/form-code-generator-patternfly-theme" -> "@kie-tools-core/webpack-base" [ style = "dashed", color = "blue" ];
  "@kie-tools/form-code-generator-vscode-command" -> "@kie-tools/i18n-common-dictionary" [ style = "solid", color = "blue" ];
  "@kie-tools/form-code-generator-vscode-command" -> "@kie-tools/jbpm-form-code-generator-themes" [ style = "solid", color = "blue" ];
  "@kie-tools-core/i18n" -> "@kie-tools/eslint" [ style = "dashed", color = "purple" ];
  "@kie-tools-core/i18n" -> "@kie-tools/jest-base" [ style = "dashed", color = "purple" ];
  "@kie-tools-core/i18n" -> "@kie-tools/tsconfig" [ style = "dashed", color = "purple" ];
  "@kie-tools/i18n-common-dictionary" -> "@kie-tools-core/i18n" [ style = "solid", color = "blue" ];
  "@kie-tools/image-builder" -> "@kie-tools/tsconfig" [ style = "dashed", color = "black" ];
  "@kie-tools/image-env-to-json" -> "@kie-tools/root-env" [ style = "dashed", color = "black" ];
  "@kie-tools/import-java-classes-component" -> "@kie-tools-core/vscode-java-code-completion" [ style = "solid", color = "blue" ];
  "@kie-tools/import-java-classes-component" -> "@kie-tools/i18n-common-dictionary" [ style = "solid", color = "blue" ];
  "@kie-tools/import-java-classes-component" -> "@kie-tools-core/monaco-editor" [ style = "dashed", color = "blue" ];
  "@kie-tools/import-java-classes-component" -> "@kie-tools-core/patternfly-base" [ style = "dashed", color = "blue" ];
  "@kie-tools/import-java-classes-component" -> "@kie-tools-core/webpack-base" [ style = "dashed", color = "blue" ];
  "@kie-tools/jbpm-form-code-generator-themes" -> "@kie-tools/form-code-generator-bootstrap4-theme" [ style = "solid", color = "blue" ];
  "@kie-tools/jbpm-form-code-generator-themes" -> "@kie-tools/form-code-generator-patternfly-theme" [ style = "solid", color = "blue" ];
  "@kie-tools/jbpm-quarkus-devui" -> "@kie-tools/maven-base" [ style = "solid", color = "black" ];
  "@kie-tools/jbpm-quarkus-devui" -> "@kie-tools/runtime-tools-process-dev-ui-webapp" [ style = "dashed", color = "black" ];
  "@kie-tools/jest-base" -> "@kie-tools/root-env" [ style = "dashed", color = "blue" ];
  "@kie-tools/json-yaml-language-service" -> "@kie-tools/yaml-language-server" [ style = "solid", color = "blue" ];
  "@kie-tools-core/k8s-yaml-to-apiserver-requests" -> "@kie-tools/cors-proxy-api" [ style = "dashed", color = "purple" ];
  "@kie-tools-core/k8s-yaml-to-apiserver-requests" -> "@kie-tools/jest-base" [ style = "dashed", color = "purple" ];
  "@kie-tools-core/keyboard-shortcuts" -> "@kie-tools-core/envelope-bus" [ style = "solid", color = "purple" ];
  "@kie-tools-core/keyboard-shortcuts" -> "@kie-tools-core/operating-system" [ style = "solid", color = "purple" ];
  "@kie-tools/kie-bc-editors-common" -> "@kie-tools-core/editor" [ style = "solid", color = "blue" ];
  "@kie-tools/kie-bc-editors-common" -> "@kie-tools-core/vscode-java-code-completion" [ style = "solid", color = "blue" ];
  "@kie-tools/kie-sandbox-fs" -> "@kie-tools/root-env" [ style = "dashed", color = "blue" ];
  "@kie-tools/kie-sandbox-fs" -> "@kie-tools/tsconfig" [ style = "dashed", color = "blue" ];
  "@kie-tools/kn-plugin-workflow" -> "@kie-tools/sonataflow-operator" [ style = "dashed", color = "black" ];
  "@kie/kogito-base-builder-image" -> "@kie/kogito-images-install-helper" [ style = "dashed", color = "black" ];
  "@kie/kogito-data-index-ephemeral-image" -> "@kie/kogito-images-install-helper" [ style = "dashed", color = "black" ];
  "@kie/kogito-data-index-postgresql-image" -> "@kie/kogito-images-install-helper" [ style = "dashed", color = "black" ];
  "@kie-tools/kogito-data-index-webapp" -> "@kie-tools-core/webpack-base" [ style = "dashed", color = "blue" ];
  "@kie-tools/kogito-db-migrator-tool" -> "@kie-tools/maven-base" [ style = "solid", color = "black" ];
  "@kie-tools/kogito-db-migrator-tool-image" -> "@kie-tools/kogito-db-migrator-tool" [ style = "solid", color = "black" ];
  "@kie-tools/kogito-db-migrator-tool-image" -> "@kie/kogito-images-install-helper" [ style = "dashed", color = "black" ];
  "@kie/kogito-images-install-helper" -> "@kie-tools/maven-base" [ style = "solid", color = "black" ];
  "@kie/kogito-images-install-helper" -> "@kie-tools/sonataflow-image-common" [ style = "solid", color = "black" ];
  "@kie/kogito-jobs-service-ephemeral-image" -> "@kie/kogito-images-install-helper" [ style = "dashed", color = "black" ];
  "@kie/kogito-jobs-service-postgresql-image" -> "@kie/kogito-images-install-helper" [ style = "dashed", color = "black" ];
  "@kie-tools/kogito-jobs-service-webapp" -> "@kie-tools-core/webpack-base" [ style = "dashed", color = "blue" ];
  "@kie-tools/kogito-management-console" -> "@kie-tools/image-builder" [ style = "dashed", color = "black" ];
  "@kie-tools/kogito-management-console" -> "@kie-tools/image-env-to-json" [ style = "dashed", color = "black" ];
  "@kie-tools/kogito-management-console" -> "@kie-tools/runtime-tools-management-console-webapp" [ style = "dashed", color = "black" ];
  "@kie-tools-core/kubernetes-bridge" -> "@kie-tools/cors-proxy-api" [ style = "solid", color = "purple" ];
  "@kie-tools/maven-base" -> "@kie-tools/root-env" [ style = "dashed", color = "black" ];
  "@kie-tools/maven-m2-repo-via-http-image" -> "@kie-tools/image-builder" [ style = "dashed", color = "black" ];
  "@kie-tools/maven-m2-repo-via-http-image" -> "@kie-tools/root-env" [ style = "dashed", color = "black" ];
  "@kie-tools-core/monaco-editor" -> "@kie-tools/eslint" [ style = "dashed", color = "purple" ];
  "@kie-tools-core/monaco-editor" -> "@kie-tools/root-env" [ style = "dashed", color = "purple" ];
  "@kie-tools-core/monaco-editor" -> "@kie-tools/tsconfig" [ style = "dashed", color = "purple" ];
  "@kie-tools-core/notifications" -> "@kie-tools-core/i18n" [ style = "solid", color = "purple" ];
  "@kie-tools-core/notifications" -> "@kie-tools-core/workspace" [ style = "solid", color = "purple" ];
  "@kie-tools-core/operating-system" -> "@kie-tools/eslint" [ style = "dashed", color = "purple" ];
  "@kie-tools-core/operating-system" -> "@kie-tools/root-env" [ style = "dashed", color = "purple" ];
  "@kie-tools-core/operating-system" -> "@kie-tools/tsconfig" [ style = "dashed", color = "purple" ];
  "@osl/osl-data-index-ephemeral-image" -> "@kie/kogito-data-index-ephemeral-image" [ style = "dashed", color = "black" ];
  "@osl/osl-data-index-ephemeral-image" -> "@osl/osl-images-modules" [ style = "dashed", color = "black" ];
  "@osl/osl-data-index-ephemeral-image" -> "@osl/redhat-env" [ style = "dashed", color = "black" ];
  "@osl/osl-data-index-postgresql-image" -> "@kie/kogito-data-index-postgresql-image" [ style = "dashed", color = "black" ];
  "@osl/osl-data-index-postgresql-image" -> "@osl/osl-images-modules" [ style = "dashed", color = "black" ];
  "@osl/osl-data-index-postgresql-image" -> "@osl/redhat-env" [ style = "dashed", color = "black" ];
  "@osl/osl-db-migrator-tool-image" -> "@kie-tools/kogito-db-migrator-tool-image" [ style = "dashed", color = "black" ];
  "@osl/osl-db-migrator-tool-image" -> "@osl/osl-images-modules" [ style = "dashed", color = "black" ];
  "@osl/osl-db-migrator-tool-image" -> "@osl/redhat-env" [ style = "dashed", color = "black" ];
  "@osl/osl-images-modules" -> "@kie-tools/sonataflow-image-common" [ style = "dashed", color = "black" ];
  "@osl/osl-images-modules" -> "@osl/redhat-python-venv" [ style = "dashed", color = "black" ];
  "@osl/osl-jobs-service-ephemeral-image" -> "@kie/kogito-jobs-service-ephemeral-image" [ style = "dashed", color = "black" ];
  "@osl/osl-jobs-service-ephemeral-image" -> "@osl/osl-images-modules" [ style = "dashed", color = "black" ];
  "@osl/osl-jobs-service-ephemeral-image" -> "@osl/redhat-env" [ style = "dashed", color = "black" ];
  "@osl/osl-jobs-service-postgresql-image" -> "@kie/kogito-jobs-service-postgresql-image" [ style = "dashed", color = "black" ];
  "@osl/osl-jobs-service-postgresql-image" -> "@osl/osl-images-modules" [ style = "dashed", color = "black" ];
  "@osl/osl-jobs-service-postgresql-image" -> "@osl/redhat-env" [ style = "dashed", color = "black" ];
  "@osl/osl-management-console-image" -> "@kie-tools/sonataflow-management-console-image" [ style = "dashed", color = "black" ];
  "@osl/osl-management-console-image" -> "@osl/osl-images-modules" [ style = "dashed", color = "black" ];
  "@osl/osl-management-console-image" -> "@osl/redhat-env" [ style = "dashed", color = "black" ];
  "@osl/osl-operator-bundle-image" -> "@kie-tools/sonataflow-operator" [ style = "solid", color = "black" ];
  "@osl/osl-operator-bundle-image" -> "@osl/osl-data-index-ephemeral-image" [ style = "solid", color = "black" ];
  "@osl/osl-operator-bundle-image" -> "@osl/osl-data-index-postgresql-image" [ style = "solid", color = "black" ];
  "@osl/osl-operator-bundle-image" -> "@osl/osl-db-migrator-tool-image" [ style = "solid", color = "black" ];
  "@osl/osl-operator-bundle-image" -> "@osl/osl-jobs-service-ephemeral-image" [ style = "solid", color = "black" ];
  "@osl/osl-operator-bundle-image" -> "@osl/osl-jobs-service-postgresql-image" [ style = "solid", color = "black" ];
  "@osl/osl-operator-bundle-image" -> "@osl/osl-management-console-image" [ style = "solid", color = "black" ];
  "@osl/osl-operator-bundle-image" -> "@osl/osl-swf-builder-image" [ style = "solid", color = "black" ];
  "@osl/osl-operator-bundle-image" -> "@osl/osl-swf-devmode-image" [ style = "solid", color = "black" ];
  "@osl/osl-swf-builder-image" -> "@kie-tools/sonataflow-builder-image" [ style = "dashed", color = "black" ];
  "@osl/osl-swf-builder-image" -> "@osl/osl-images-modules" [ style = "dashed", color = "black" ];
  "@osl/osl-swf-builder-image" -> "@osl/redhat-env" [ style = "dashed", color = "black" ];
  "@osl/osl-swf-devmode-image" -> "@kie-tools/sonataflow-devmode-image" [ style = "dashed", color = "black" ];
  "@osl/osl-swf-devmode-image" -> "@osl/osl-images-modules" [ style = "dashed", color = "black" ];
  "@osl/osl-swf-devmode-image" -> "@osl/redhat-env" [ style = "dashed", color = "black" ];
  "@kie-tools-core/patternfly-base" -> "@kie-tools/root-env" [ style = "dashed", color = "purple" ];
  "@kie-tools/playwright-base" -> "@kie-tools-scripts/run-script-if" [ style = "dashed", color = "blue" ];
  "@kie-tools/playwright-base" -> "@kie-tools/root-env" [ style = "dashed", color = "blue" ];
  "@kie-tools-core/react-hooks" -> "@kie-tools/eslint" [ style = "dashed", color = "purple" ];
  "@kie-tools-core/react-hooks" -> "@kie-tools/root-env" [ style = "dashed", color = "purple" ];
  "@kie-tools-core/react-hooks" -> "@kie-tools/tsconfig" [ style = "dashed", color = "purple" ];
  "@osl/redhat-env" -> "@kie-tools/root-env" [ style = "dashed", color = "black" ];
  "@osl/redhat-python-venv" -> "@kie-tools/python-venv" [ style = "dashed", color = "black" ];
  "@kie-tools/runtime-tools-components" -> "@kie-tools-core/editor" [ style = "solid", color = "blue" ];
  "@kie-tools/runtime-tools-components" -> "@kie-tools/json-yaml-language-service" [ style = "solid", color = "blue" ];
  "@kie-tools/runtime-tools-components" -> "@kie-tools/runtime-tools-shared-gateway-api" [ style = "solid", color = "blue" ];
  "@kie-tools/runtime-tools-components" -> "@kie-tools/uniforms-patternfly" [ style = "solid", color = "blue" ];
  "@kie-tools/runtime-tools-consoles-helm-chart" -> "@kie-tools/kogito-management-console" [ style = "solid", color = "black" ];
  "@kie-tools/runtime-tools-management-console-webapp" -> "@kie-tools-core/workspaces-git-fs" [ style = "solid", color = "blue" ];
  "@kie-tools/runtime-tools-management-console-webapp" -> "@kie-tools/jbpm-quarkus-devui" [ style = "dashed", color = "blue" ];
  "@kie-tools/runtime-tools-process-dev-ui-webapp" -> "@kie-tools/runtime-tools-process-webapp-components" [ style = "solid", color = "blue" ];
  "@kie-tools/runtime-tools-process-dev-ui-webapp" -> "@kie-tools/runtime-tools-shared-webapp-components" [ style = "solid", color = "blue" ];
  "@kie-tools/runtime-tools-process-enveloped-components" -> "@kie-tools-core/monaco-editor" [ style = "solid", color = "blue" ];
  "@kie-tools/runtime-tools-process-enveloped-components" -> "@kie-tools-core/react-hooks" [ style = "solid", color = "blue" ];
  "@kie-tools/runtime-tools-process-enveloped-components" -> "@kie-tools/i18n-common-dictionary" [ style = "solid", color = "blue" ];
  "@kie-tools/runtime-tools-process-enveloped-components" -> "@kie-tools/runtime-tools-components" [ style = "solid", color = "blue" ];
  "@kie-tools/runtime-tools-process-enveloped-components" -> "@kie-tools/runtime-tools-process-gateway-api" [ style = "solid", color = "blue" ];
  "@kie-tools/runtime-tools-process-enveloped-components" -> "@kie-tools-core/webpack-base" [ style = "dashed", color = "blue" ];
  "@kie-tools/runtime-tools-process-gateway-api" -> "@kie-tools/runtime-tools-shared-gateway-api" [ style = "solid", color = "blue" ];
  "@kie-tools/runtime-tools-process-webapp-components" -> "@kie-tools/runtime-tools-process-enveloped-components" [ style = "solid", color = "blue" ];
  "@kie-tools/runtime-tools-shared-enveloped-components" -> "@kie-tools-core/monaco-editor" [ style = "solid", color = "blue" ];
  "@kie-tools/runtime-tools-shared-enveloped-components" -> "@kie-tools/i18n-common-dictionary" [ style = "solid", color = "blue" ];
  "@kie-tools/runtime-tools-shared-enveloped-components" -> "@kie-tools/runtime-tools-components" [ style = "solid", color = "blue" ];
  "@kie-tools/runtime-tools-shared-enveloped-components" -> "@kie-tools-core/webpack-base" [ style = "dashed", color = "blue" ];
  "@kie-tools/runtime-tools-shared-gateway-api" -> "@kie-tools/eslint" [ style = "dashed", color = "blue" ];
  "@kie-tools/runtime-tools-shared-gateway-api" -> "@kie-tools/root-env" [ style = "dashed", color = "blue" ];
  "@kie-tools/runtime-tools-shared-gateway-api" -> "@kie-tools/tsconfig" [ style = "dashed", color = "blue" ];
  "@kie-tools/runtime-tools-shared-webapp-components" -> "@kie-tools/runtime-tools-components" [ style = "solid", color = "blue" ];
  "@kie-tools/runtime-tools-swf-enveloped-components" -> "@kie-tools-core/monaco-editor" [ style = "solid", color = "blue" ];
  "@kie-tools/runtime-tools-swf-enveloped-components" -> "@kie-tools/dashbuilder-client" [ style = "solid", color = "blue" ];
  "@kie-tools/runtime-tools-swf-enveloped-components" -> "@kie-tools/i18n-common-dictionary" [ style = "solid", color = "blue" ];
  "@kie-tools/runtime-tools-swf-enveloped-components" -> "@kie-tools/runtime-tools-components" [ style = "solid", color = "blue" ];
  "@kie-tools/runtime-tools-swf-enveloped-components" -> "@kie-tools/runtime-tools-swf-gateway-api" [ style = "solid", color = "blue" ];
  "@kie-tools/runtime-tools-swf-enveloped-components" -> "@kie-tools/serverless-workflow-combined-editor" [ style = "solid", color = "blue" ];
  "@kie-tools/runtime-tools-swf-enveloped-components" -> "@kie-tools/sonataflow-uniforms" [ style = "solid", color = "blue" ];
  "@kie-tools/runtime-tools-swf-gateway-api" -> "@kie-tools/runtime-tools-shared-gateway-api" [ style = "solid", color = "blue" ];
  "@kie-tools/runtime-tools-swf-gateway-api" -> "@kie-tools/jest-base" [ style = "dashed", color = "blue" ];
  "@kie-tools/runtime-tools-swf-webapp-components" -> "@kie-tools/runtime-tools-swf-enveloped-components" [ style = "solid", color = "blue" ];
-   "@kie-tools/scesim-marshaller" -> "@kie-tools/xml-parser-ts-codegen" [ style = "dashed", color = "blue" ];
  "@kie-tools/serverless-logic-web-tools" -> "@kie-tools-core/kubernetes-bridge" [ style = "solid", color = "black" ];
  "@kie-tools/serverless-logic-web-tools" -> "@kie-tools-core/workspaces-git-fs" [ style = "solid", color = "black" ];
  "@kie-tools/serverless-logic-web-tools" -> "@kie-tools/cors-proxy" [ style = "solid", color = "black" ];
  "@kie-tools/serverless-logic-web-tools" -> "@kie-tools/dashbuilder-editor" [ style = "solid", color = "black" ];
  "@kie-tools/serverless-logic-web-tools" -> "@kie-tools/runtime-tools-shared-enveloped-components" [ style = "solid", color = "black" ];
  "@kie-tools/serverless-logic-web-tools" -> "@kie-tools/runtime-tools-shared-webapp-components" [ style = "solid", color = "black" ];
  "@kie-tools/serverless-logic-web-tools" -> "@kie-tools/runtime-tools-swf-webapp-components" [ style = "solid", color = "black" ];
  "@kie-tools/serverless-logic-web-tools" -> "@kie-tools/text-editor" [ style = "solid", color = "black" ];
  "@kie-tools/serverless-logic-web-tools" -> "@kie-tools/yard-editor" [ style = "solid", color = "black" ];
  "@kie-tools/serverless-logic-web-tools" -> "@kie-tools/dashbuilder-viewer-image-env" [ style = "dashed", color = "black" ];
  "@kie-tools/serverless-logic-web-tools" -> "@kie-tools/serverless-logic-web-tools-base-builder-image-env" [ style = "dashed", color = "black" ];
  "@kie-tools/serverless-logic-web-tools" -> "@kie-tools/serverless-logic-web-tools-swf-builder-image-env" [ style = "dashed", color = "black" ];
  "@kie-tools/serverless-logic-web-tools" -> "@kie-tools/serverless-logic-web-tools-swf-dev-mode-image-env" [ style = "dashed", color = "black" ];
  "@kie-tools/serverless-logic-web-tools" -> "@kie-tools/sonataflow-dev-app" [ style = "dashed", color = "black" ];
  "@kie-tools/serverless-logic-web-tools-base-builder-image" -> "@kie-tools/serverless-logic-web-tools-base-builder-image-env" [ style = "dashed", color = "black" ];
  "@kie-tools/serverless-logic-web-tools-base-builder-image" -> "@kie/kogito-base-builder-image" [ style = "dashed", color = "black" ];
  "@kie-tools/serverless-logic-web-tools-base-builder-image-env" -> "@kie-tools/root-env" [ style = "dashed", color = "black" ];
  "@kie-tools/serverless-logic-web-tools-swf-builder-image" -> "@kie-tools/serverless-logic-web-tools-swf-builder-image-env" [ style = "dashed", color = "black" ];
  "@kie-tools/serverless-logic-web-tools-swf-builder-image" -> "@kie-tools/serverless-logic-web-tools-swf-deployment-quarkus-app" [ style = "dashed", color = "black" ];
  "@kie-tools/serverless-logic-web-tools-swf-builder-image" -> "@kie-tools/sonataflow-builder-image" [ style = "dashed", color = "black" ];
  "@kie-tools/serverless-logic-web-tools-swf-builder-image" -> "sonataflow-deployment-webapp" [ style = "dashed", color = "black" ];
  "@kie-tools/serverless-logic-web-tools-swf-builder-image-env" -> "@kie-tools/root-env" [ style = "dashed", color = "black" ];
  "@kie-tools/serverless-logic-web-tools-swf-deployment-quarkus-app" -> "@kie-tools/sonataflow-quarkus-devui" [ style = "solid", color = "black" ];
  "@kie-tools/serverless-logic-web-tools-swf-dev-mode-image" -> "@kie-tools/maven-m2-repo-via-http-image" [ style = "dashed", color = "black" ];
  "@kie-tools/serverless-logic-web-tools-swf-dev-mode-image" -> "@kie-tools/serverless-logic-web-tools-swf-deployment-quarkus-app" [ style = "dashed", color = "black" ];
  "@kie-tools/serverless-logic-web-tools-swf-dev-mode-image" -> "@kie-tools/serverless-logic-web-tools-swf-dev-mode-image-env" [ style = "dashed", color = "black" ];
  "@kie-tools/serverless-logic-web-tools-swf-dev-mode-image" -> "@kie/kogito-base-builder-image" [ style = "dashed", color = "black" ];
  "@kie-tools/serverless-logic-web-tools-swf-dev-mode-image" -> "sonataflow-deployment-webapp" [ style = "dashed", color = "black" ];
  "@kie-tools/serverless-logic-web-tools-swf-dev-mode-image-env" -> "@kie-tools/root-env" [ style = "dashed", color = "black" ];
  "@kie-tools/serverless-workflow-combined-editor" -> "@kie-tools/serverless-workflow-diagram-editor-assets" [ style = "solid", color = "blue" ];
  "@kie-tools/serverless-workflow-combined-editor" -> "@kie-tools/serverless-workflow-text-editor" [ style = "solid", color = "blue" ];
  "@kie-tools/serverless-workflow-dev-ui-monitoring-webapp" -> "@kie-tools/dashbuilder-client" [ style = "solid", color = "black" ];
  "@kie-tools/serverless-workflow-dev-ui-webapp" -> "@kie-tools/runtime-tools-shared-enveloped-components" [ style = "solid", color = "black" ];
  "@kie-tools/serverless-workflow-dev-ui-webapp" -> "@kie-tools/runtime-tools-shared-webapp-components" [ style = "solid", color = "black" ];
  "@kie-tools/serverless-workflow-dev-ui-webapp" -> "@kie-tools/runtime-tools-swf-webapp-components" [ style = "solid", color = "black" ];
  "@kie-tools/serverless-workflow-dev-ui-webapp" -> "@kie-tools/serverless-workflow-dev-ui-monitoring-webapp" [ style = "solid", color = "black" ];
  "@kie-tools/serverless-workflow-dev-ui-webapp" -> "@kie-tools/sonataflow-dev-app" [ style = "dashed", color = "black" ];
  "@kie-tools/serverless-workflow-diagram-editor" -> "@kie-tools/maven-base" [ style = "solid", color = "black" ];
  "@kie-tools/serverless-workflow-diagram-editor-assets" -> "@kie-tools/serverless-workflow-diagram-editor" [ style = "dashed", color = "blue" ];
  "@kie-tools/serverless-workflow-diagram-editor-assets" -> "@kie-tools/serverless-workflow-diagram-editor-envelope" [ style = "dashed", color = "blue" ];
  "@kie-tools/serverless-workflow-diagram-editor-envelope" -> "@kie-tools/kie-bc-editors-common" [ style = "solid", color = "blue" ];
  "@kie-tools/serverless-workflow-editor" -> "@kie-tools-core/operating-system" [ style = "solid", color = "blue" ];
  "@kie-tools/serverless-workflow-editor" -> "@kie-tools-core/patternfly-base" [ style = "solid", color = "blue" ];
  "@kie-tools/serverless-workflow-editor" -> "@kie-tools-core/react-hooks" [ style = "solid", color = "blue" ];
  "@kie-tools/serverless-workflow-editor" -> "@kie-tools-core/switch-expression-ts" [ style = "solid", color = "blue" ];
  "@kie-tools/serverless-workflow-editor" -> "@kie-tools/i18n-common-dictionary" [ style = "solid", color = "blue" ];
  "@kie-tools/serverless-workflow-editor" -> "@kie-tools/xml-parser-ts" [ style = "solid", color = "blue" ];
  "@kie-tools/serverless-workflow-editor" -> "@kie-tools/playwright-base" [ style = "dashed", color = "blue" ];
  "@kie-tools/serverless-workflow-editor" -> "@kie-tools/storybook-base" [ style = "dashed", color = "blue" ];
  "@kie-tools/serverless-workflow-jq-expressions" -> "@kie-tools/serverless-workflow-service-catalog" [ style = "solid", color = "blue" ];
  "@kie-tools/serverless-workflow-language-service" -> "@kie-tools/json-yaml-language-service" [ style = "solid", color = "blue" ];
  "@kie-tools/serverless-workflow-language-service" -> "@kie-tools/serverless-workflow-jq-expressions" [ style = "solid", color = "blue" ];
  "@kie-tools/serverless-workflow-service-catalog" -> "@kie-tools-core/envelope-bus" [ style = "solid", color = "blue" ];
  "@kie-tools/serverless-workflow-standalone-editor" -> "@kie-tools/serverless-workflow-combined-editor" [ style = "dashed", color = "blue" ];
  "@kie-tools/serverless-workflow-text-editor" -> "@kie-tools-core/editor" [ style = "solid", color = "blue" ];
  "@kie-tools/serverless-workflow-text-editor" -> "@kie-tools/serverless-workflow-language-service" [ style = "solid", color = "blue" ];
  "@kie-tools/serverless-workflow-text-editor" -> "@kie-tools-core/webpack-base" [ style = "dashed", color = "blue" ];
  "swf-vscode-extension" -> "@kie-tools-core/vscode-extension" [ style = "solid", color = "blue" ];
  "swf-vscode-extension" -> "@kie-tools/serverless-workflow-language-service" [ style = "solid", color = "blue" ];
  "swf-vscode-extension" -> "@kie-tools-core/webpack-base" [ style = "dashed", color = "blue" ];
  "swf-vscode-extension" -> "@kie-tools/serverless-workflow-diagram-editor-assets" [ style = "dashed", color = "blue" ];
  "swf-vscode-extension" -> "@kie-tools/vscode-extension-common-test-helpers" [ style = "dashed", color = "blue" ];
  "@kie-tools/sonataflow-builder-image" -> "@kie-tools/maven-m2-repo-via-http-image" [ style = "dashed", color = "black" ];
  "@kie-tools/sonataflow-builder-image" -> "@kie/kogito-images-install-helper" [ style = "dashed", color = "black" ];
  "sonataflow-deployment-webapp" -> "@kie-tools-core/react-hooks" [ style = "solid", color = "blue" ];
  "sonataflow-deployment-webapp" -> "@kie-tools/runtime-tools-shared-webapp-components" [ style = "solid", color = "blue" ];
  "sonataflow-deployment-webapp" -> "@kie-tools/runtime-tools-swf-webapp-components" [ style = "solid", color = "blue" ];
  "sonataflow-deployment-webapp" -> "@kie-tools/sonataflow-dev-app" [ style = "dashed", color = "blue" ];
  "@kie-tools/sonataflow-dev-app" -> "@kie-tools/eslint" [ style = "dashed", color = "black" ];
  "@kie-tools/sonataflow-dev-app" -> "@kie-tools/root-env" [ style = "dashed", color = "black" ];
  "@kie-tools/sonataflow-devmode-image" -> "@kie-tools/maven-m2-repo-via-http-image" [ style = "dashed", color = "black" ];
  "@kie-tools/sonataflow-devmode-image" -> "@kie-tools/sonataflow-quarkus-devui" [ style = "dashed", color = "black" ];
  "@kie-tools/sonataflow-devmode-image" -> "@kie/kogito-images-install-helper" [ style = "dashed", color = "black" ];
  "@kie-tools/sonataflow-image-common" -> "@kie-tools/kogito-data-index-webapp" [ style = "solid", color = "black" ];
  "@kie-tools/sonataflow-image-common" -> "@kie-tools/kogito-jobs-service-webapp" [ style = "solid", color = "black" ];
  "@kie-tools/sonataflow-image-common" -> "@kie-tools/python-venv" [ style = "dashed", color = "black" ];
  "@kie-tools/sonataflow-management-console-image" -> "@kie-tools/image-env-to-json" [ style = "dashed", color = "black" ];
  "@kie-tools/sonataflow-management-console-image" -> "@kie-tools/sonataflow-image-common" [ style = "dashed", color = "black" ];
  "@kie-tools/sonataflow-management-console-image" -> "@kie-tools/sonataflow-management-console-image-env" [ style = "dashed", color = "black" ];
  "@kie-tools/sonataflow-management-console-image" -> "@kie-tools/sonataflow-management-console-webapp" [ style = "dashed", color = "black" ];
  "@kie-tools/sonataflow-management-console-image-env" -> "@kie-tools/root-env" [ style = "dashed", color = "black" ];
  "@kie-tools/sonataflow-management-console-webapp" -> "@kie-tools/runtime-tools-process-webapp-components" [ style = "solid", color = "blue" ];
  "@kie-tools/sonataflow-management-console-webapp" -> "@kie-tools/runtime-tools-shared-enveloped-components" [ style = "solid", color = "blue" ];
  "@kie-tools/sonataflow-management-console-webapp" -> "@kie-tools/runtime-tools-shared-webapp-components" [ style = "solid", color = "blue" ];
  "@kie-tools/sonataflow-management-console-webapp" -> "@kie-tools/runtime-tools-swf-webapp-components" [ style = "solid", color = "blue" ];
  "@kie-tools/sonataflow-management-console-webapp" -> "@kie-tools/sonataflow-dev-app" [ style = "dashed", color = "blue" ];
  "@kie-tools/sonataflow-operator" -> "@kie-tools/kogito-db-migrator-tool-image" [ style = "dashed", color = "black" ];
  "@kie-tools/sonataflow-operator" -> "@kie-tools/sonataflow-builder-image" [ style = "dashed", color = "black" ];
  "@kie-tools/sonataflow-operator" -> "@kie-tools/sonataflow-devmode-image" [ style = "dashed", color = "black" ];
  "@kie-tools/sonataflow-operator" -> "@kie/kogito-data-index-ephemeral-image" [ style = "dashed", color = "black" ];
  "@kie-tools/sonataflow-operator" -> "@kie/kogito-data-index-postgresql-image" [ style = "dashed", color = "black" ];
  "@kie-tools/sonataflow-operator" -> "@kie/kogito-jobs-service-ephemeral-image" [ style = "dashed", color = "black" ];
  "@kie-tools/sonataflow-operator" -> "@kie/kogito-jobs-service-postgresql-image" [ style = "dashed", color = "black" ];
  "@kie-tools/sonataflow-quarkus-devui" -> "@kie-tools/serverless-workflow-dev-ui-webapp" [ style = "dashed", color = "black" ];
  "@kie-tools/sonataflow-uniforms" -> "@kie-tools/uniforms-patternfly" [ style = "solid", color = "blue" ];
  "@kie-tools/storybook-base" -> "@kie-tools-core/webpack-base" [ style = "dashed", color = "blue" ];
  "@kie-tools/storybook-base" -> "@kie-tools/eslint" [ style = "dashed", color = "blue" ];
  "@kie-tools/storybook-base" -> "@kie-tools/tsconfig" [ style = "dashed", color = "blue" ];
  "@kie-tools-core/switch-expression-ts" -> "@kie-tools/eslint" [ style = "dashed", color = "purple" ];
  "@kie-tools-core/switch-expression-ts" -> "@kie-tools/jest-base" [ style = "dashed", color = "purple" ];
  "@kie-tools-core/switch-expression-ts" -> "@kie-tools/tsconfig" [ style = "dashed", color = "purple" ];
  "@kie-tools/text-editor" -> "@kie-tools-core/editor" [ style = "solid", color = "blue" ];
  "@kie-tools/text-editor" -> "@kie-tools-core/monaco-editor" [ style = "solid", color = "blue" ];
  "@kie-tools/uniforms-patternfly" -> "@kie-tools/eslint" [ style = "dashed", color = "blue" ];
  "@kie-tools/uniforms-patternfly" -> "@kie-tools/jest-base" [ style = "dashed", color = "blue" ];
  "@kie-tools/uniforms-patternfly" -> "@kie-tools/tsconfig" [ style = "dashed", color = "blue" ];
  "@kie-tools/uniforms-patternfly-form-wrapper" -> "@kie-tools-core/notifications" [ style = "solid", color = "blue" ];
  "@kie-tools/uniforms-patternfly-form-wrapper" -> "@kie-tools/i18n-common-dictionary" [ style = "solid", color = "blue" ];
  "@kie-tools/uniforms-patternfly-form-wrapper" -> "@kie-tools/uniforms-patternfly" [ style = "solid", color = "blue" ];
  "@kie-tools/uniforms-patternfly-form-wrapper" -> "@kie-tools-core/webpack-base" [ style = "dashed", color = "blue" ];
  "@kie-tools-core/vscode-extension" -> "@kie-tools-core/editor" [ style = "solid", color = "purple" ];
  "@kie-tools-core/vscode-extension" -> "@kie-tools-core/vscode-java-code-completion" [ style = "solid", color = "purple" ];
  "@kie-tools/vscode-extension-common-test-helpers" -> "@kie-tools/tsconfig" [ style = "dashed", color = "blue" ];
-   "vscode-extension-dashbuilder-editor" -> "@kie-tools-core/vscode-extension" [ style = "solid", color = "blue" ];
-   "vscode-extension-dashbuilder-editor" -> "@kie-tools/dashbuilder-language-service" [ style = "solid", color = "blue" ];
-   "vscode-extension-dashbuilder-editor" -> "@kie-tools/dashbuilder-viewer" [ style = "solid", color = "blue" ];
-   "vscode-extension-dashbuilder-editor" -> "@kie-tools/vscode-extension-common-test-helpers" [ style = "dashed", color = "blue" ];
  "@kie-tools-core/vscode-java-code-completion" -> "@kie-tools/eslint" [ style = "dashed", color = "purple" ];
  "@kie-tools-core/vscode-java-code-completion" -> "@kie-tools/root-env" [ style = "dashed", color = "purple" ];
  "@kie-tools-core/vscode-java-code-completion" -> "@kie-tools/tsconfig" [ style = "dashed", color = "purple" ];
  "@kie-tools/vscode-java-code-completion-extension-plugin" -> "@kie-tools/maven-base" [ style = "solid", color = "black" ];
  "@kie-tools-core/webpack-base" -> "@kie-tools/root-env" [ style = "dashed", color = "black" ];
  "@kie-tools-core/workspace" -> "@kie-tools-core/operating-system" [ style = "solid", color = "purple" ];
  "@kie-tools-core/workspaces-git-fs" -> "@kie-tools-core/envelope-bus" [ style = "solid", color = "purple" ];
  "@kie-tools-core/workspaces-git-fs" -> "@kie-tools-core/react-hooks" [ style = "solid", color = "purple" ];
  "@kie-tools-core/workspaces-git-fs" -> "@kie-tools-core/workspace" [ style = "solid", color = "purple" ];
  "@kie-tools-core/workspaces-git-fs" -> "@kie-tools/cors-proxy-api" [ style = "solid", color = "purple" ];
  "@kie-tools-core/workspaces-git-fs" -> "@kie-tools/kie-sandbox-fs" [ style = "solid", color = "purple" ];
  "@kie-tools/xml-parser-ts" -> "@kie-tools/eslint" [ style = "dashed", color = "blue" ];
  "@kie-tools/xml-parser-ts" -> "@kie-tools/jest-base" [ style = "dashed", color = "blue" ];
  "@kie-tools/xml-parser-ts" -> "@kie-tools/tsconfig" [ style = "dashed", color = "blue" ];
  "@kie-tools/xml-parser-ts-codegen" -> "@kie-tools/xml-parser-ts" [ style = "solid", color = "blue" ];
  "@kie-tools/xyflow-react-kie-diagram" -> "@kie-tools-core/operating-system" [ style = "solid", color = "blue" ];
  "@kie-tools/xyflow-react-kie-diagram" -> "@kie-tools-core/switch-expression-ts" [ style = "solid", color = "blue" ];
  "@kie-tools/xyflow-react-kie-diagram" -> "@kie-tools/i18n-common-dictionary" [ style = "dashed", color = "blue" ];
  "@kie-tools/xyflow-react-kie-diagram" -> "@kie-tools/xml-parser-ts" [ style = "dashed", color = "blue" ];
  "@kie-tools/yaml-language-server" -> "@kie-tools/eslint" [ style = "dashed", color = "blue" ];
  "@kie-tools/yaml-language-server" -> "@kie-tools/jest-base" [ style = "dashed", color = "blue" ];
  "@kie-tools/yaml-language-server" -> "@kie-tools/tsconfig" [ style = "dashed", color = "blue" ];
  "@kie-tools/yard-editor" -> "@kie-tools-core/editor" [ style = "solid", color = "blue" ];
  "@kie-tools/yard-editor" -> "@kie-tools/i18n-common-dictionary" [ style = "solid", color = "blue" ];
  "@kie-tools/yard-editor" -> "@kie-tools/yard-language-service" [ style = "solid", color = "blue" ];
  "@kie-tools/yard-editor" -> "@kie-tools-core/webpack-base" [ style = "dashed", color = "blue" ];
  "@kie-tools/yard-editor" -> "@kie-tools/yard-validator" [ style = "dashed", color = "blue" ];
  "@kie-tools/yard-language-service" -> "@kie-tools/json-yaml-language-service" [ style = "solid", color = "blue" ];
  "@kie-tools/yard-model" -> "@kie-tools/maven-base" [ style = "solid", color = "black" ];
  "@kie-tools/yard-validator" -> "@kie-tools-core/notifications" [ style = "solid", color = "blue" ];
  "@kie-tools/yard-validator" -> "@kie-tools/yard-validator-worker" [ style = "dashed", color = "blue" ];
  "@kie-tools/yard-validator-worker" -> "@kie-tools/yard-model" [ style = "solid", color = "black" ];
  "yard-vscode-extension" -> "@kie-tools-core/vscode-extension" [ style = "solid", color = "blue" ];
  "yard-vscode-extension" -> "@kie-tools/yard-editor" [ style = "solid", color = "blue" ];
  "yard-vscode-extension" -> "@kie-tools/vscode-extension-common-test-helpers" [ style = "dashed", color = "blue" ];
  "@kie-tools-scripts/bootstrap" -> "@kie-tools-scripts/build-env" [ style = "dashed", color = "black" ];
  "@kie-tools-scripts/build-env" -> "@kie-tools/tsconfig" [ style = "dashed", color = "blue" ];
  "@kie-tools-scripts/run-script-if" -> "@kie-tools/tsconfig" [ style = "dashed", color = "blue" ];
}
